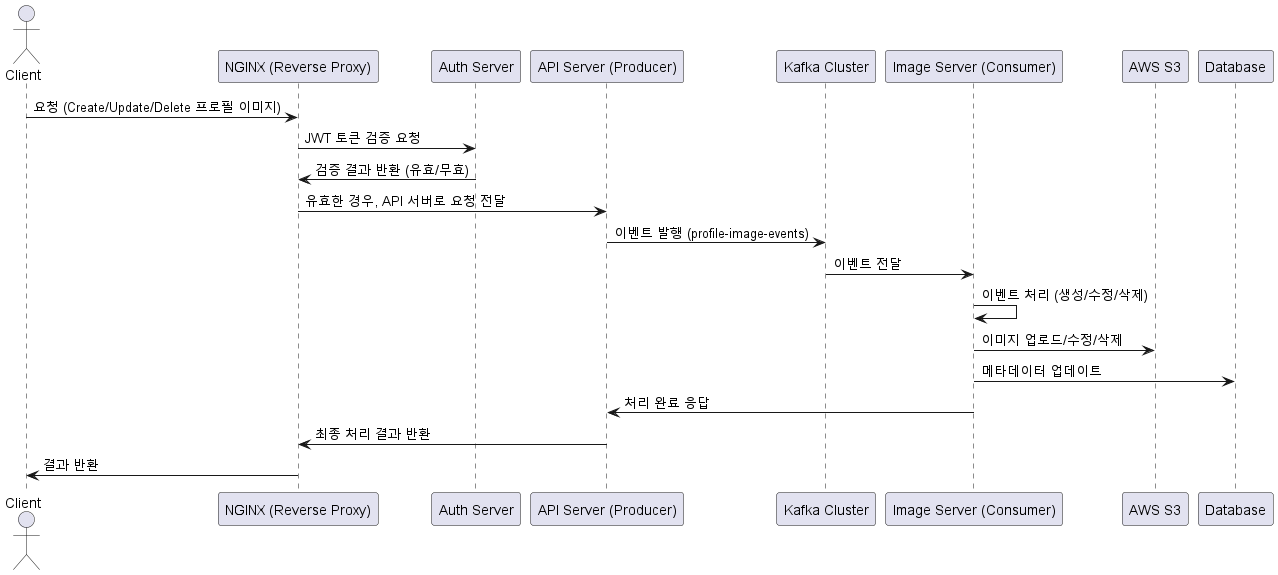
Above: utils/diagrams/image_server.png in 2024KBC10/HarpSharp_SERVER (PlantUML), before the change.
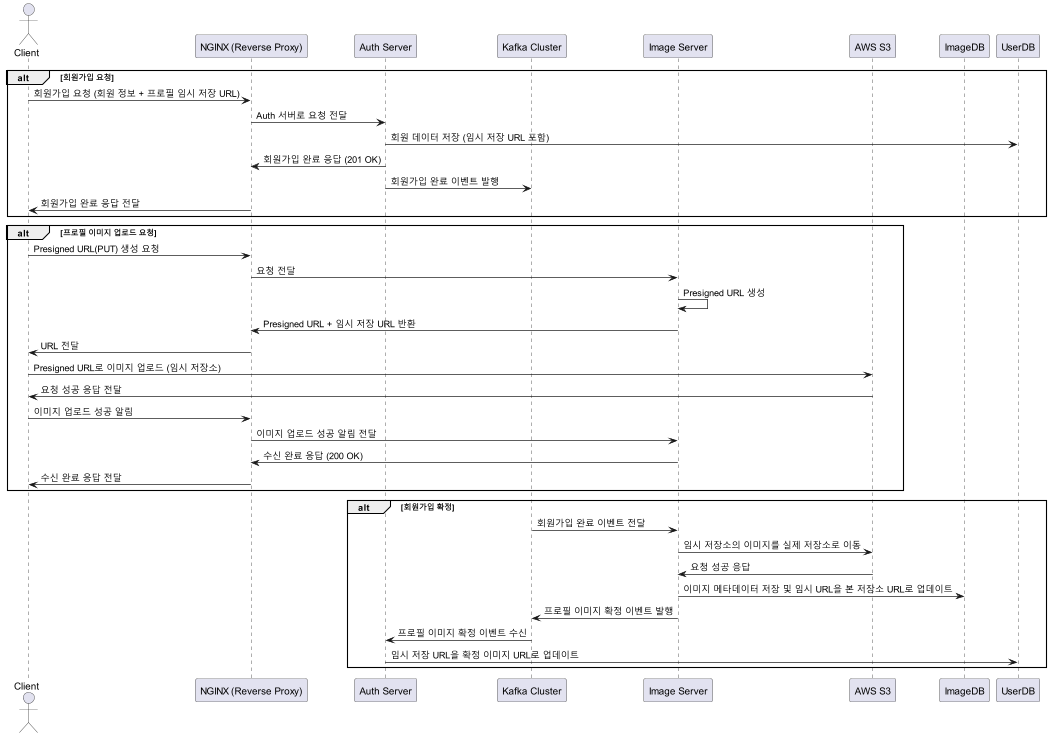
After the change.

What changed in the source:
```diff
@@ -3,25 +3,43 @@
 actor Client
 participant "NGINX (Reverse Proxy)" as NGINX
 participant "Auth Server" as Auth
-participant "API Server (Producer)" as API
 participant "Kafka Cluster" as Kafka
-participant "Image Server (Consumer)" as ImageServer
+participant "Image Server" as ImageServer
 participant "AWS S3" as S3
-participant "Database" as DB
+participant "ImageDB" as ImageDB
+participant "UserDB" as UserDB
 
-Client -> NGINX: 요청 (Create/Update/Delete 프로필 이미지)
-NGINX -> Auth: JWT 토큰 검증 요청
-Auth -> NGINX: 검증 결과 반환 (유효/무효)
-NGINX -> API: 유효한 경우, API 서버로 요청 전달
-API -> Kafka: 이벤트 발행 (profile-image-events)
-Kafka -> ImageServer: 이벤트 전달
+alt 회원가입 요청
+    Client -> NGINX: 회원가입 요청 (회원 정보 + 프로필 임시 저장 URL)
+    NGINX -> Auth: Auth 서버로 요청 전달
+    Auth -> UserDB: 회원 데이터 저장 (임시 저장 URL 포함)
+    Auth -> NGINX: 회원가입 완료 응답 (201 OK)
+    Auth -> Kafka: 회원가입 완료 이벤트 발행
+    NGINX -> Client: 회원가입 완료 응답 전달
+end
 
-ImageServer -> ImageServer: 이벤트 처리 (생성/수정/삭제)
-ImageServer -> S3: 이미지 업로드/수정/삭제
-ImageServer -> DB: 메타데이터 업데이트
+alt 프로필 이미지 업로드 요청
+    Client -> NGINX: Presigned URL(PUT) 생성 요청
+    NGINX -> ImageServer: 요청 전달
+    ImageServer -> ImageServer: Presigned URL 생성
+    ImageServer -> NGINX: Presigned URL + 임시 저장 URL 반환
+    NGINX -> Client: URL 전달
 
-ImageServer -> API: 처리 완료 응답
-API -> NGINX: 최종 처리 결과 반환
-NGINX -> Client: 결과 반환
+    Client -> S3: Presigned URL로 이미지 업로드 (임시 저장소)
+    S3 -> Client: 요청 성공 응답 전달
+    Client -> NGINX: 이미지 업로드 성공 알림
+    NGINX -> ImageServer: 이미지 업로드 성공 알림 전달
+    ImageServer -> NGINX: 수신 완료 응답 (200 OK)
+    NGINX -> Client: 수신 완료 응답 전달
+end
 
+alt 회원가입 확정
+    Kafka -> ImageServer: 회원가입 완료 이벤트 전달
+    ImageServer -> S3: 임시 저장소의 이미지를 실제 저장소로 이동
+    S3 -> ImageServer: 요청 성공 응답
+    ImageServer -> ImageDB: 이미지 메타데이터 저장 및 임시 URL을 본 저장소 URL로 업데이트
+    ImageServer -> Kafka: 프로필 이미지 확정 이벤트 발행
+    Kafka -> Auth: 프로필 이미지 확정 이벤트 수신
+    Auth -> UserDB: 임시 저장 URL을 확정 이미지 URL로 업데이트
+end
 @enduml
```
